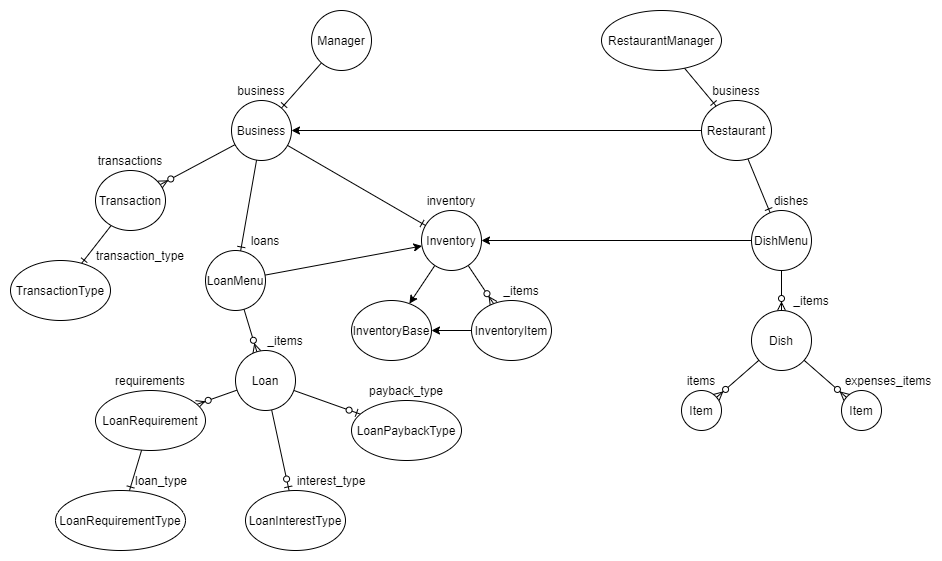
thegamecracks/spaghetto-restaurant-manager keeps this draw.io diagram as images/wiki/SpaghettoER.png. Above is the earlier version. Source tidied: cells renumbered, new cells last; positions are measured from the earlier drawing's top-left corner, leaving out a move shared by most shapes.
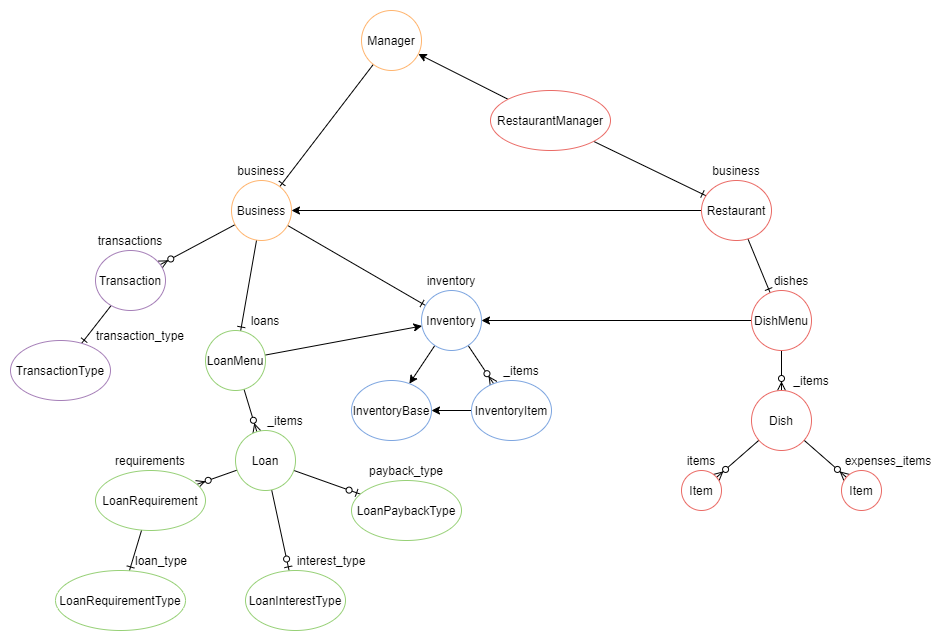
After the change.

Commit message:
Update ER to show RestaurantManager relationship

The edit, as a diff of the source:
```diff
@@ -1,12 +1,12 @@
-<mxGraphModel math="1">
+<mxGraphModel>
   <root>
     <mxCell id="0" />
     <mxCell id="1" parent="0" />
     <mxCell id="2" style="edgeStyle=none;rounded=0;jettySize=auto;html=1;endArrow=ERone;endFill=0;" parent="1" edge="1" source="3" target="7">
       <mxGeometry relative="1" as="geometry" />
     </mxCell>
-    <mxCell id="3" value="Manager" style="ellipse;whiteSpace=wrap;html=1;" parent="1" vertex="1">
-      <mxGeometry x="301" width="60" height="60" as="geometry" />
+    <mxCell id="3" value="Manager" style="ellipse;whiteSpace=wrap;html=1;strokeColor=#FFB570;" parent="1" vertex="1">
+      <mxGeometry x="351" y="-80" width="60" height="60" as="geometry" />
     </mxCell>
     <mxCell id="4" style="rounded=0;jettySize=auto;html=1;endArrow=ERone;endFill=0;" parent="1" edge="1" source="7" target="12">
       <mxGeometry relative="1" as="geometry" />
@@ -17,13 +17,13 @@
     <mxCell id="6" style="edgeStyle=none;rounded=0;jettySize=auto;html=1;endArrow=ERone;endFill=0;" parent="1" edge="1" source="7" target="18">
       <mxGeometry relative="1" as="geometry" />
     </mxCell>
-    <mxCell id="7" value="Business" style="ellipse;whiteSpace=wrap;html=1;" parent="1" vertex="1">
+    <mxCell id="7" value="Business" style="ellipse;whiteSpace=wrap;html=1;strokeColor=#FFB570;" parent="1" vertex="1">
       <mxGeometry x="221" y="90" width="60" height="60" as="geometry" />
     </mxCell>
     <mxCell id="8" style="rounded=0;jettySize=auto;html=1;endArrow=ERone;endFill=0;" parent="1" edge="1" source="9" target="56">
       <mxGeometry relative="1" as="geometry" />
     </mxCell>
-    <mxCell id="9" value="Transaction" style="ellipse;whiteSpace=wrap;html=1;" parent="1" vertex="1">
+    <mxCell id="9" value="Transaction" style="ellipse;whiteSpace=wrap;html=1;strokeColor=#A680B8;" parent="1" vertex="1">
       <mxGeometry x="85" y="160" width="70" height="60" as="geometry" />
     </mxCell>
     <mxCell id="10" style="edgeStyle=none;rounded=0;jettySize=auto;html=1;endArrow=classic;endFill=1;" parent="1" edge="1" source="12" target="13">
@@ -32,16 +32,16 @@
     <mxCell id="11" style="edgeStyle=none;rounded=0;jettySize=auto;html=1;endArrow=ERzeroToMany;endFill=1;" parent="1" edge="1" source="12" target="15">
       <mxGeometry relative="1" as="geometry" />
     </mxCell>
-    <mxCell id="12" value="Inventory" style="ellipse;whiteSpace=wrap;html=1;" parent="1" vertex="1">
+    <mxCell id="12" value="Inventory" style="ellipse;whiteSpace=wrap;html=1;strokeColor=#7EA6E0;" parent="1" vertex="1">
       <mxGeometry x="411" y="200" width="60" height="60" as="geometry" />
     </mxCell>
-    <mxCell id="13" value="InventoryBase" style="ellipse;whiteSpace=wrap;html=1;" parent="1" vertex="1">
+    <mxCell id="13" value="InventoryBase" style="ellipse;whiteSpace=wrap;html=1;strokeColor=#7EA6E0;" parent="1" vertex="1">
       <mxGeometry x="341" y="290" width="80" height="60" as="geometry" />
     </mxCell>
     <mxCell id="14" style="edgeStyle=none;rounded=0;jettySize=auto;html=1;startArrow=none;startFill=0;endArrow=classic;endFill=1;" parent="1" edge="1" source="15" target="13">
       <mxGeometry relative="1" as="geometry" />
     </mxCell>
-    <mxCell id="15" value="InventoryItem" style="ellipse;whiteSpace=wrap;html=1;" parent="1" vertex="1">
+    <mxCell id="15" value="InventoryItem" style="ellipse;whiteSpace=wrap;html=1;strokeColor=#7EA6E0;" parent="1" vertex="1">
       <mxGeometry x="461" y="290" width="80" height="60" as="geometry" />
     </mxCell>
     <mxCell id="16" style="edgeStyle=none;rounded=0;jettySize=auto;html=1;endArrow=ERzeroToMany;endFill=1;" parent="1" edge="1" source="18" target="22">
@@ -50,7 +50,7 @@
     <mxCell id="17" style="edgeStyle=none;rounded=0;jettySize=auto;html=1;startArrow=none;startFill=0;endArrow=classic;endFill=1;" parent="1" edge="1" source="18" target="12">
       <mxGeometry relative="1" as="geometry" />
     </mxCell>
-    <mxCell id="18" value="LoanMenu" style="ellipse;whiteSpace=wrap;html=1;" parent="1" vertex="1">
+    <mxCell id="18" value="LoanMenu" style="ellipse;whiteSpace=wrap;html=1;strokeColor=#97D077;" parent="1" vertex="1">
       <mxGeometry x="195" y="240" width="60" height="60" as="geometry" />
     </mxCell>
     <mxCell id="19" style="edgeStyle=none;rounded=0;jettySize=auto;html=1;endArrow=ERzeroToOne;endFill=1;" parent="1" edge="1" source="22" target="26">
@@ -62,29 +62,32 @@
     <mxCell id="21" style="edgeStyle=none;rounded=0;jettySize=auto;html=1;endArrow=ERzeroToMany;endFill=1;" parent="1" edge="1" source="22" target="24">
       <mxGeometry relative="1" as="geometry" />
     </mxCell>
-    <mxCell id="22" value="Loan" style="ellipse;whiteSpace=wrap;html=1;" parent="1" vertex="1">
+    <mxCell id="22" value="Loan" style="ellipse;whiteSpace=wrap;html=1;strokeColor=#97D077;" parent="1" vertex="1">
       <mxGeometry x="225" y="340" width="60" height="60" as="geometry" />
     </mxCell>
     <mxCell id="23" style="edgeStyle=none;rounded=0;jettySize=auto;html=1;endArrow=ERone;endFill=0;" parent="1" edge="1" source="24" target="25">
       <mxGeometry relative="1" as="geometry" />
     </mxCell>
-    <mxCell id="24" value="LoanRequirement" style="ellipse;whiteSpace=wrap;html=1;" parent="1" vertex="1">
+    <mxCell id="24" value="LoanRequirement" style="ellipse;whiteSpace=wrap;html=1;strokeColor=#97D077;" parent="1" vertex="1">
       <mxGeometry x="85" y="380" width="110" height="60" as="geometry" />
     </mxCell>
-    <mxCell id="25" value="LoanRequirementType" style="ellipse;whiteSpace=wrap;html=1;" parent="1" vertex="1">
+    <mxCell id="25" value="LoanRequirementType" style="ellipse;whiteSpace=wrap;html=1;strokeColor=#97D077;" parent="1" vertex="1">
       <mxGeometry x="45" y="480" width="130" height="60" as="geometry" />
     </mxCell>
-    <mxCell id="26" value="LoanPaybackType" style="ellipse;whiteSpace=wrap;html=1;" parent="1" vertex="1">
+    <mxCell id="26" value="LoanPaybackType" style="ellipse;whiteSpace=wrap;html=1;strokeColor=#97D077;" parent="1" vertex="1">
       <mxGeometry x="341" y="390" width="110" height="60" as="geometry" />
     </mxCell>
-    <mxCell id="27" value="LoanInterestType" style="ellipse;whiteSpace=wrap;html=1;" parent="1" vertex="1">
+    <mxCell id="27" value="LoanInterestType" style="ellipse;whiteSpace=wrap;html=1;strokeColor=#97D077;" parent="1" vertex="1">
       <mxGeometry x="235" y="480" width="100" height="60" as="geometry" />
     </mxCell>
     <mxCell id="28" style="edgeStyle=none;rounded=0;jettySize=auto;html=1;endArrow=ERone;endFill=0;" parent="1" edge="1" source="29" target="32">
       <mxGeometry relative="1" as="geometry" />
     </mxCell>
+    <mxCell id="58" style="rounded=0;jettySize=auto;html=1;" parent="1" edge="1" source="29" target="3">
+      <mxGeometry relative="1" as="geometry" />
+    </mxCell>
-    <mxCell id="29" value="RestaurantManager" style="ellipse;whiteSpace=wrap;html=1;" parent="1" vertex="1">
-      <mxGeometry x="591" width="120" height="60" as="geometry" />
+    <mxCell id="29" value="RestaurantManager" style="ellipse;whiteSpace=wrap;html=1;strokeColor=#EA6B66;" parent="1" vertex="1">
+      <mxGeometry x="480" width="120" height="60" as="geometry" />
     </mxCell>
     <mxCell id="30" style="edgeStyle=none;rounded=0;jettySize=auto;html=1;endArrow=classic;endFill=1;" parent="1" edge="1" source="32" target="7">
       <mxGeometry relative="1" as="geometry" />
@@ -92,7 +95,7 @@
     <mxCell id="31" style="edgeStyle=none;rounded=0;jettySize=auto;html=1;startArrow=none;startFill=0;endArrow=ERone;endFill=0;" parent="1" edge="1" source="32" target="35">
       <mxGeometry relative="1" as="geometry" />
     </mxCell>
-    <mxCell id="32" value="Restaurant" style="ellipse;whiteSpace=wrap;html=1;" parent="1" vertex="1">
+    <mxCell id="32" value="Restaurant" style="ellipse;whiteSpace=wrap;html=1;strokeColor=#EA6B66;" parent="1" vertex="1">
       <mxGeometry x="691" y="90" width="70" height="60" as="geometry" />
     </mxCell>
     <mxCell id="33" style="edgeStyle=none;rounded=0;jettySize=auto;html=1;endArrow=ERzeroToMany;endFill=1;" parent="1" edge="1" source="35" target="38">
@@ -101,42 +104,42 @@
     <mxCell id="34" style="edgeStyle=none;rounded=0;jettySize=auto;html=1;startArrow=none;startFill=0;endArrow=classic;endFill=1;" parent="1" edge="1" source="35" target="12">
       <mxGeometry relative="1" as="geometry" />
     </mxCell>
-    <mxCell id="35" value="DishMenu" style="ellipse;whiteSpace=wrap;html=1;" parent="1" vertex="1">
+    <mxCell id="35" value="DishMenu" style="ellipse;whiteSpace=wrap;html=1;strokeColor=#EA6B66;" parent="1" vertex="1">
       <mxGeometry x="741" y="200" width="60" height="60" as="geometry" />
     </mxCell>
-    <mxCell id="36" style="edgeStyle=none;rounded=0;jettySize=auto;html=1;startArrow=none;startFill=0;endArrow=ERzeroToMany;endFill=1;" parent="1" edge="1" source="38" target="39">
-      <mxGeometry relative="1" as="geometry" />
-    </mxCell>
-    <mxCell id="37" style="edgeStyle=none;rounded=0;jettySize=auto;html=1;startArrow=none;startFill=0;endArrow=ERzeroToMany;endFill=1;" parent="1" edge="1" source="38" target="40">
-      <mxGeometry relative="1" as="geometry" />
-    </mxCell>
+    <mxCell id="59" style="edgeStyle=none;rounded=0;jettySize=auto;html=1;startArrow=none;startFill=0;endArrow=ERzeroToMany;endFill=1;" parent="1" edge="1" source="38" target="61">
+      <mxGeometry relative="1" as="geometry" />
+    </mxCell>
+    <mxCell id="60" style="edgeStyle=none;rounded=0;jettySize=auto;html=1;startArrow=none;startFill=0;endArrow=ERzeroToMany;endFill=1;" parent="1" edge="1" source="38" target="62">
+      <mxGeometry relative="1" as="geometry" />
+    </mxCell>
-    <mxCell id="38" value="Dish" style="ellipse;whiteSpace=wrap;html=1;" parent="1" vertex="1">
+    <mxCell id="38" value="Dish" style="ellipse;whiteSpace=wrap;html=1;strokeColor=#EA6B66;" parent="1" vertex="1">
       <mxGeometry x="741" y="300" width="60" height="60" as="geometry" />
     </mxCell>
-    <mxCell id="39" value="Item" style="ellipse;whiteSpace=wrap;html=1;" parent="1" vertex="1">
-      <mxGeometry x="671" y="380" width="40" height="40" as="geometry" />
-    </mxCell>
-    <mxCell id="40" value="Item" style="ellipse;whiteSpace=wrap;html=1;" parent="1" vertex="1">
-      <mxGeometry x="831" y="380" width="40" height="40" as="geometry" />
-    </mxCell>
-    <mxCell id="41" value="business" style="text;html=1;strokeColor=none;fillColor=none;align=center;verticalAlign=middle;whiteSpace=wrap;rounded=0;" parent="1" vertex="1">
-      <mxGeometry x="231" y="70" width="40" height="20" as="geometry" />
-    </mxCell>
+    <mxCell id="61" value="Item" style="ellipse;whiteSpace=wrap;html=1;strokeColor=#EA6B66;" parent="1" vertex="1">
+      <mxGeometry x="671" y="380" width="40" height="40" as="geometry" />
+    </mxCell>
+    <mxCell id="62" value="Item" style="ellipse;whiteSpace=wrap;html=1;strokeColor=#EA6B66;" parent="1" vertex="1">
+      <mxGeometry x="831" y="380" width="40" height="40" as="geometry" />
+    </mxCell>
+    <mxCell id="63" value="business" style="text;html=1;strokeColor=none;fillColor=none;align=center;verticalAlign=middle;whiteSpace=wrap;rounded=0;" parent="1" vertex="1">
+      <mxGeometry x="231" y="70" width="40" height="20" as="geometry" />
+    </mxCell>
     <mxCell id="42" value="transactions" style="text;html=1;strokeColor=none;fillColor=none;align=center;verticalAlign=middle;whiteSpace=wrap;rounded=0;" parent="1" vertex="1">
       <mxGeometry x="100" y="140" width="40" height="20" as="geometry" />
     </mxCell>
     <mxCell id="43" value="inventory" style="text;html=1;strokeColor=none;fillColor=none;align=center;verticalAlign=middle;whiteSpace=wrap;rounded=0;" parent="1" vertex="1">
       <mxGeometry x="421" y="180" width="40" height="20" as="geometry" />
     </mxCell>
-    <mxCell id="44" value="_items" style="text;html=1;strokeColor=none;fillColor=none;align=center;verticalAlign=middle;whiteSpace=wrap;rounded=0;" parent="1" vertex="1">
-      <mxGeometry x="491" y="270" width="40" height="20" as="geometry" />
-    </mxCell>
+    <mxCell id="64" value="_items" style="text;html=1;strokeColor=none;fillColor=none;align=center;verticalAlign=middle;whiteSpace=wrap;rounded=0;" parent="1" vertex="1">
+      <mxGeometry x="491" y="270" width="40" height="20" as="geometry" />
+    </mxCell>
     <mxCell id="45" value="loans" style="text;html=1;strokeColor=none;fillColor=none;align=center;verticalAlign=middle;whiteSpace=wrap;rounded=0;" parent="1" vertex="1">
       <mxGeometry x="235" y="220" width="40" height="20" as="geometry" />
     </mxCell>
-    <mxCell id="46" value="_items" style="text;html=1;strokeColor=none;fillColor=none;align=center;verticalAlign=middle;whiteSpace=wrap;rounded=0;" parent="1" vertex="1">
-      <mxGeometry x="255" y="320" width="40" height="20" as="geometry" />
-    </mxCell>
+    <mxCell id="65" value="_items" style="text;html=1;strokeColor=none;fillColor=none;align=center;verticalAlign=middle;whiteSpace=wrap;rounded=0;" parent="1" vertex="1">
+      <mxGeometry x="255" y="320" width="40" height="20" as="geometry" />
+    </mxCell>
     <mxCell id="47" value="requirements" style="text;html=1;strokeColor=none;fillColor=none;align=center;verticalAlign=middle;whiteSpace=wrap;rounded=0;" parent="1" vertex="1">
       <mxGeometry x="120" y="360" width="40" height="20" as="geometry" />
     </mxCell>
@@ -149,22 +152,22 @@
     <mxCell id="50" value="payback_type" style="text;html=1;strokeColor=none;fillColor=none;align=center;verticalAlign=middle;whiteSpace=wrap;rounded=0;" parent="1" vertex="1">
       <mxGeometry x="376" y="370" width="40" height="20" as="geometry" />
     </mxCell>
-    <mxCell id="51" value="business" style="text;html=1;strokeColor=none;fillColor=none;align=center;verticalAlign=middle;whiteSpace=wrap;rounded=0;" parent="1" vertex="1">
-      <mxGeometry x="706" y="70" width="40" height="20" as="geometry" />
-    </mxCell>
+    <mxCell id="66" value="business" style="text;html=1;strokeColor=none;fillColor=none;align=center;verticalAlign=middle;whiteSpace=wrap;rounded=0;" parent="1" vertex="1">
+      <mxGeometry x="706" y="70" width="40" height="20" as="geometry" />
+    </mxCell>
     <mxCell id="52" value="dishes" style="text;html=1;strokeColor=none;fillColor=none;align=center;verticalAlign=middle;whiteSpace=wrap;rounded=0;" parent="1" vertex="1">
       <mxGeometry x="761" y="180" width="40" height="20" as="geometry" />
     </mxCell>
-    <mxCell id="53" value="_items" style="text;html=1;strokeColor=none;fillColor=none;align=center;verticalAlign=middle;whiteSpace=wrap;rounded=0;" parent="1" vertex="1">
-      <mxGeometry x="781" y="280" width="40" height="20" as="geometry" />
-    </mxCell>
+    <mxCell id="67" value="_items" style="text;html=1;strokeColor=none;fillColor=none;align=center;verticalAlign=middle;whiteSpace=wrap;rounded=0;" parent="1" vertex="1">
+      <mxGeometry x="781" y="280" width="40" height="20" as="geometry" />
+    </mxCell>
     <mxCell id="54" value="items" style="text;html=1;strokeColor=none;fillColor=none;align=center;verticalAlign=middle;whiteSpace=wrap;rounded=0;" parent="1" vertex="1">
       <mxGeometry x="671" y="360" width="40" height="20" as="geometry" />
     </mxCell>
     <mxCell id="55" value="expenses_items" style="text;html=1;strokeColor=none;fillColor=none;align=center;verticalAlign=middle;whiteSpace=wrap;rounded=0;" parent="1" vertex="1">
       <mxGeometry x="858" y="360" width="40" height="20" as="geometry" />
     </mxCell>
-    <mxCell id="56" value="TransactionType" style="ellipse;whiteSpace=wrap;html=1;" parent="1" vertex="1">
+    <mxCell id="56" value="TransactionType" style="ellipse;whiteSpace=wrap;html=1;strokeColor=#A680B8;" parent="1" vertex="1">
       <mxGeometry y="250" width="100" height="60" as="geometry" />
     </mxCell>
     <mxCell id="57" value="transaction_type" style="text;html=1;strokeColor=none;fillColor=none;align=center;verticalAlign=middle;whiteSpace=wrap;rounded=0;" parent="1" vertex="1">
```
